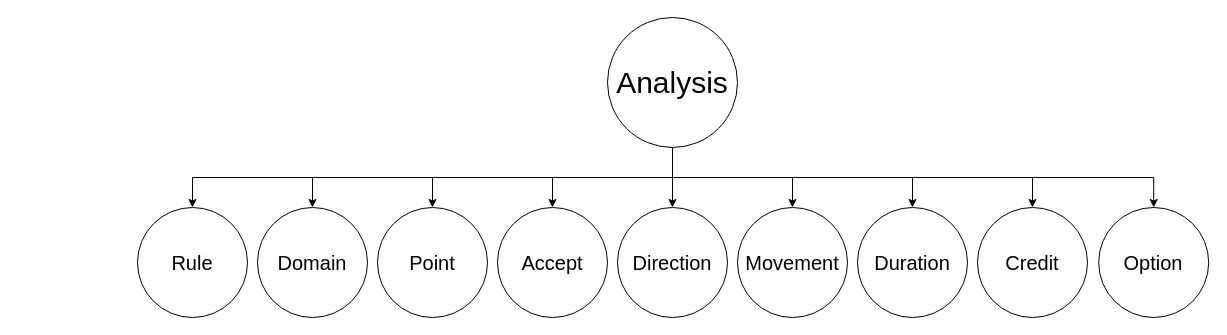
The draw.io diagram page "AI" (1 of 2) of design/analysis.drawio in kashanimorteza/economy_document, before the edit. Source tidied: cells renumbered, new cells numbered last; positions are measured from the earlier drawing's top-left corner, leaving out a move shared by most shapes. Both pictures are drawn from the tidied source at 100%, with x=0, y=0 at pixel (137, 17).
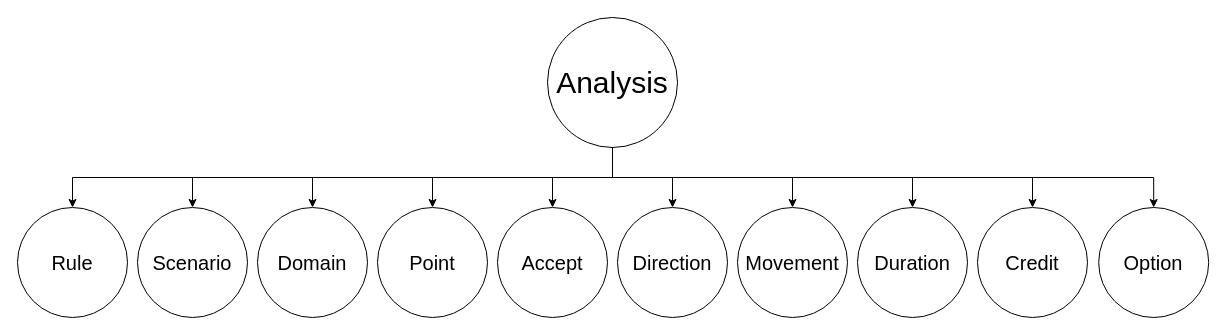
Above is the later version.

The edit, as a diff of the source:
```diff
@@
     <mxCell id="4" value="&lt;font style=&quot;font-size: 30px;&quot;&gt;Analysis&lt;/font&gt;" style="ellipse;whiteSpace=wrap;html=1;" parent="1" vertex="1">
-      <mxGeometry x="470" width="130" height="130" as="geometry" />
+      <mxGeometry x="410" width="130" height="130" as="geometry" />
     </mxCell>
@@
-    <mxCell id="19" value="Rule" style="ellipse;whiteSpace=wrap;html=1;fontSize=20;" parent="1" vertex="1">
+    <mxCell id="19" value="Scenario" style="ellipse;whiteSpace=wrap;html=1;fontSize=20;" parent="1" vertex="1">
       <mxGeometry y="190" width="110" height="110" as="geometry" />
     </mxCell>
@@
+    <mxCell id="21" value="Rule" style="ellipse;whiteSpace=wrap;html=1;fontSize=20;" parent="1" vertex="1">
+      <mxGeometry x="-120" y="190" width="110" height="110" as="geometry" />
+    </mxCell>
+    <mxCell id="22" style="rounded=0;jettySize=auto;html=1;exitX=0.5;exitY=1;exitDx=0;exitDy=0;edgeStyle=orthogonalEdgeStyle;" parent="1" edge="1" source="4" target="21">
+      <mxGeometry relative="1" as="geometry" />
+    </mxCell>
```
